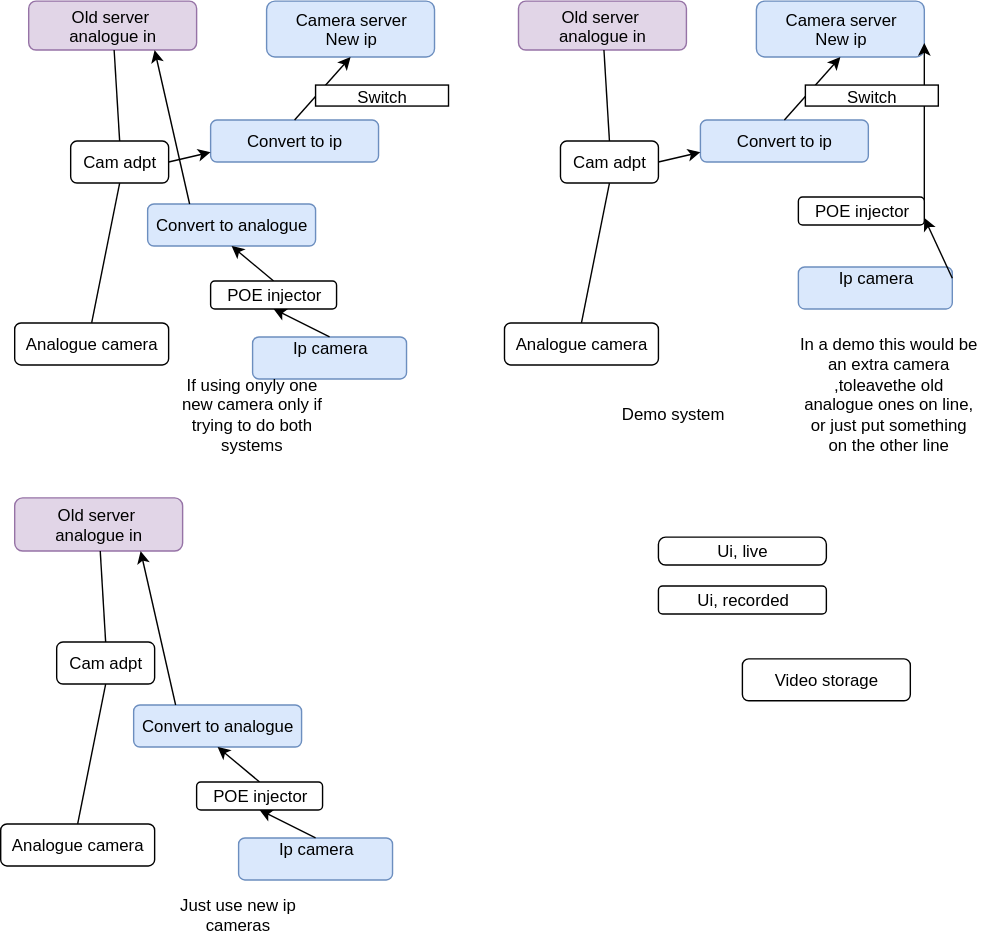
RobinBoswellUK/DrawIO keeps this draw.io diagram as IdeaForCameraSystem.svg. Above is the earlier version. Source tidied: cells renumbered, new cells last; positions are measured from the earlier drawing's top-left corner, leaving out a move shared by most shapes.
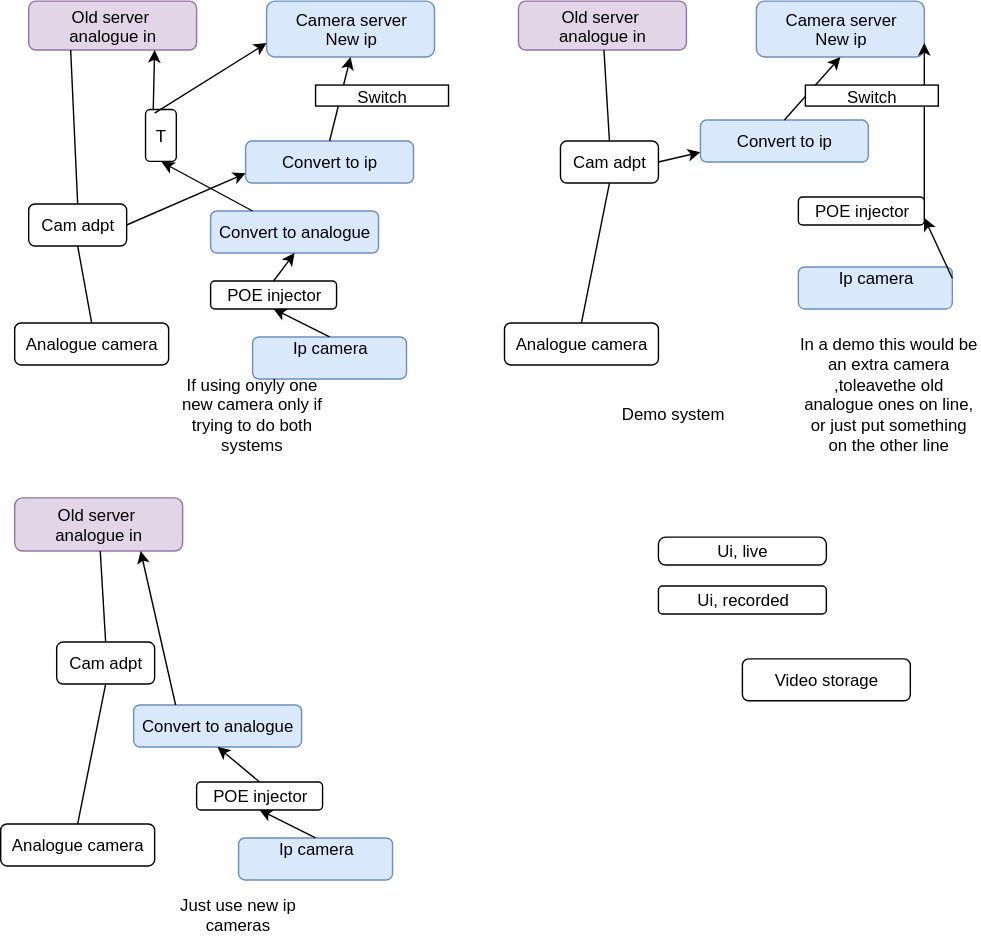
Later version of the same file.

Change to the diagram source:
```diff
@@ -18,10 +18,10 @@
       <mxGeometry x="20" width="120" height="35" as="geometry" />
     </mxCell>
     <mxCell id="7" value="Convert to analogue" style="rounded=1;whiteSpace=wrap;html=1;fillColor=#dae8fc;strokeColor=#6c8ebf;" parent="1" vertex="1">
-      <mxGeometry x="105" y="145" width="120" height="30" as="geometry" />
+      <mxGeometry x="150" y="150" width="120" height="30" as="geometry" />
     </mxCell>
     <mxCell id="8" value="Convert to ip" style="rounded=1;whiteSpace=wrap;html=1;fillColor=#dae8fc;strokeColor=#6c8ebf;" parent="1" vertex="1">
-      <mxGeometry x="150" y="85" width="120" height="30" as="geometry" />
+      <mxGeometry x="175" y="100" width="120" height="30" as="geometry" />
     </mxCell>
     <mxCell id="9" value="Ui, live" style="rounded=1;whiteSpace=wrap;html=1;arcSize=26;" parent="1" vertex="1">
       <mxGeometry x="470" y="383" width="120" height="20" as="geometry" />
@@ -33,9 +33,9 @@
       <mxGeometry relative="1" as="geometry" />
     </mxCell>
     <mxCell id="12" value="Cam adpt" style="rounded=1;whiteSpace=wrap;html=1;" parent="1" vertex="1">
-      <mxGeometry x="50" y="100" width="70" height="30" as="geometry" />
+      <mxGeometry x="20" y="145" width="70" height="30" as="geometry" />
     </mxCell>
-    <mxCell id="13" style="endArrow=none;html=1;entryX=0.5;entryY=0;" parent="1" edge="1" source="6" target="12">
+    <mxCell id="13" style="endArrow=none;html=1;entryX=0.5;entryY=0;exitX=0.25;exitY=1;" parent="1" edge="1" source="6" target="12">
       <mxGeometry relative="1" as="geometry" />
     </mxCell>
     <mxCell id="14" style="endArrow=classic;html=1;entryX=0.5;entryY=1;exitX=0.5;exitY=0;" parent="1" edge="1" source="19" target="7">
@@ -44,7 +44,7 @@
     <mxCell id="15" style="endArrow=classic;html=1;entryX=0;entryY=0.75;exitX=1;exitY=0.5;" parent="1" edge="1" source="12" target="8">
       <mxGeometry relative="1" as="geometry" />
     </mxCell>
-    <mxCell id="16" style="endArrow=classic;html=1;exitX=0.25;exitY=0;entryX=0.75;entryY=1;" parent="1" edge="1" source="7" target="6">
+    <mxCell id="16" style="endArrow=classic;html=1;exitX=0.25;exitY=0;entryX=1;entryY=0.5;" parent="1" edge="1" source="7" target="50">
       <mxGeometry relative="1" as="geometry" />
     </mxCell>
     <mxCell id="17" style="endArrow=classic;html=1;entryX=0.5;entryY=1;exitX=0.5;exitY=0;" parent="1" edge="1" source="8" target="2">
@@ -146,5 +146,16 @@
     <mxCell id="49" style="endArrow=classic;html=1;entryX=0.5;entryY=1;exitX=0.5;exitY=0;" parent="1" edge="1" source="38" target="48">
       <mxGeometry relative="1" as="geometry" />
     </mxCell>
+    <mxCell id="50" value="T" style="rounded=1;whiteSpace=wrap;html=1;fillColor=none;gradientColor=none;direction=south;" parent="1" vertex="1">
+      <mxGeometry x="103.5" y="77.5" width="22" height="37" as="geometry" />
+    </mxCell>
+    <mxCell id="51" style="endArrow=classic;html=1;entryX=0;entryY=0.75;" parent="1" edge="1" target="2">
+      <mxGeometry relative="1" as="geometry">
+        <mxPoint x="110" y="80" as="sourcePoint" />
+      </mxGeometry>
+    </mxCell>
+    <mxCell id="52" style="endArrow=classic;html=1;entryX=0.75;entryY=1;exitX=0;exitY=0.75;" parent="1" edge="1" source="50" target="6">
+      <mxGeometry relative="1" as="geometry" />
+    </mxCell>
   </root>
 </mxGraphModel>
```
